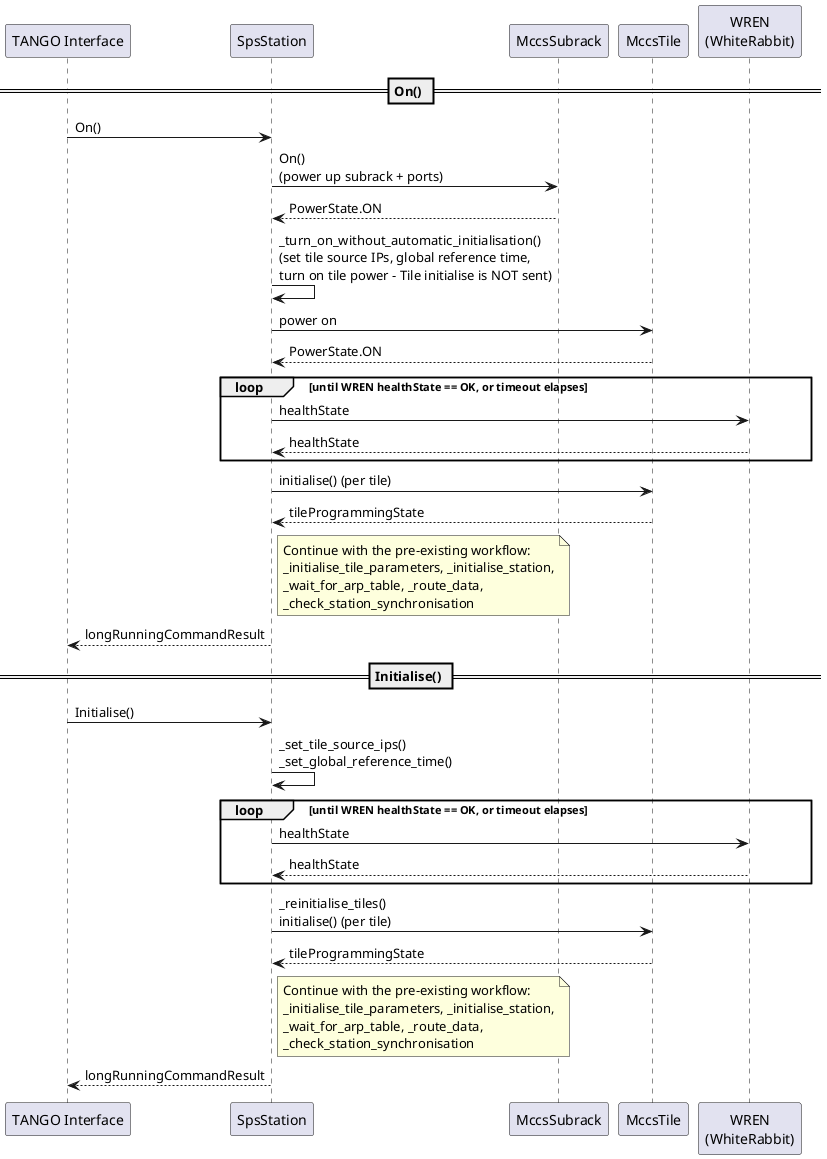
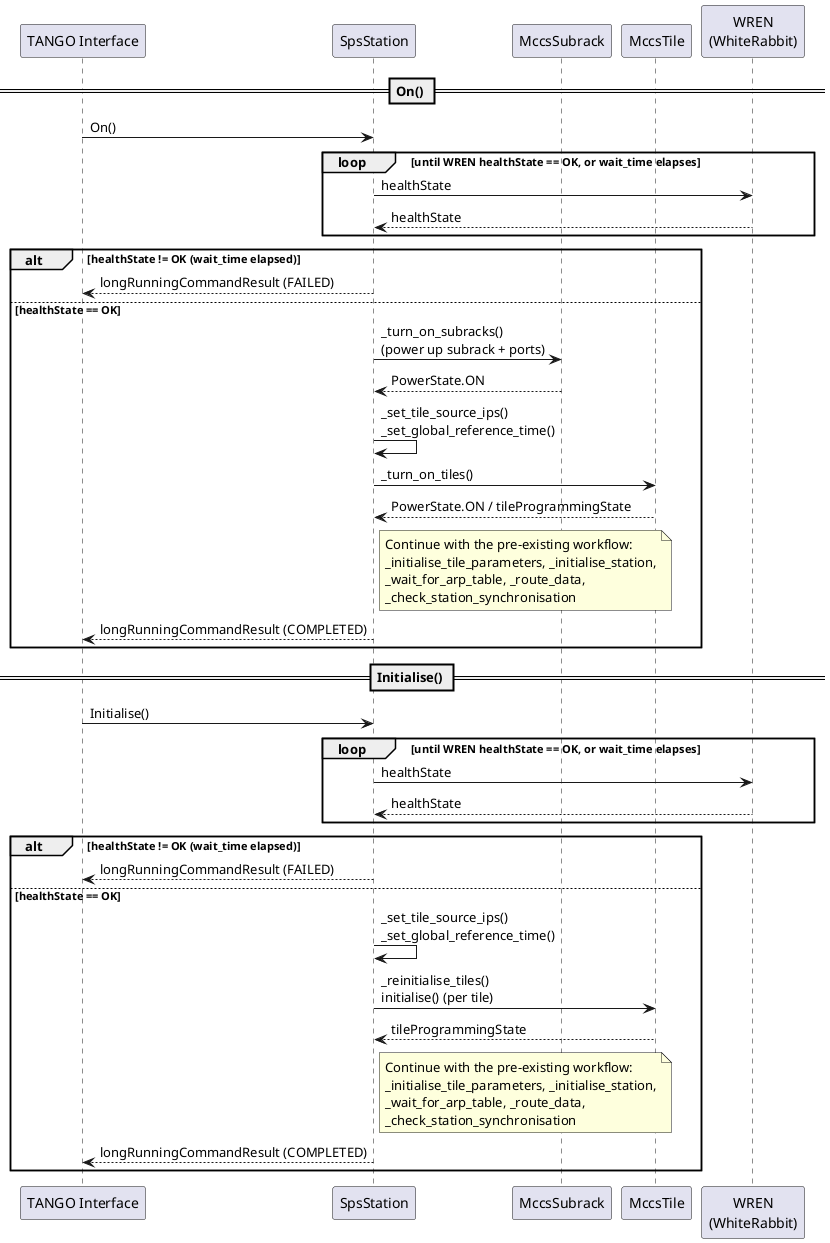
@startuml
participant "TANGO Interface" as user
participant "SpsStation" as station
participant "MccsSubrack" as subrack
participant "MccsTile" as tile
participant "WREN\n(WhiteRabbit)" as wren

== On() ==
user -> station: On()
- station -> subrack: On()\n(power up subrack + ports)
- subrack --> station: PowerState.ON

- station -> station: _turn_on_without_automatic_initialisation()\n(set tile source IPs, global reference time,\nturn on tile power - Tile initialise is NOT sent)
- station -> tile: power on
- tile --> station: PowerState.ON
- 
- loop until WREN healthState == OK, or timeout elapses
+ loop until WREN healthState == OK, or wait_time elapses
station -> wren: healthState
wren --> station: healthState
end

- station -> tile: initialise() (per tile)
- tile --> station: tileProgrammingState
+ alt healthState != OK (wait_time elapsed)
+ station --> user: longRunningCommandResult (FAILED)
+ else healthState == OK
+ station -> subrack: _turn_on_subracks()\n(power up subrack + ports)
+ subrack --> station: PowerState.ON
+ 
+ station -> station: _set_tile_source_ips()\n_set_global_reference_time()
+ 
+ station -> tile: _turn_on_tiles()
+ tile --> station: PowerState.ON / tileProgrammingState

note right of station
  Continue with the pre-existing workflow:
  _initialise_tile_parameters, _initialise_station,
  _wait_for_arp_table, _route_data,
  _check_station_synchronisation
end note

- station --> user: longRunningCommandResult
+ station --> user: longRunningCommandResult (COMPLETED)
+ end

== Initialise() ==
user -> station: Initialise()
- station -> station: _set_tile_source_ips()\n_set_global_reference_time()

- loop until WREN healthState == OK, or timeout elapses
+ loop until WREN healthState == OK, or wait_time elapses
station -> wren: healthState
wren --> station: healthState
end
+ 
+ alt healthState != OK (wait_time elapsed)
+ station --> user: longRunningCommandResult (FAILED)
+ else healthState == OK
+ station -> station: _set_tile_source_ips()\n_set_global_reference_time()

station -> tile: _reinitialise_tiles()\ninitialise() (per tile)
tile --> station: tileProgrammingState

note right of station
  Continue with the pre-existing workflow:
  _initialise_tile_parameters, _initialise_station,
  _wait_for_arp_table, _route_data,
  _check_station_synchronisation
end note

- station --> user: longRunningCommandResult
+ station --> user: longRunningCommandResult (COMPLETED)
+ end

@enduml
